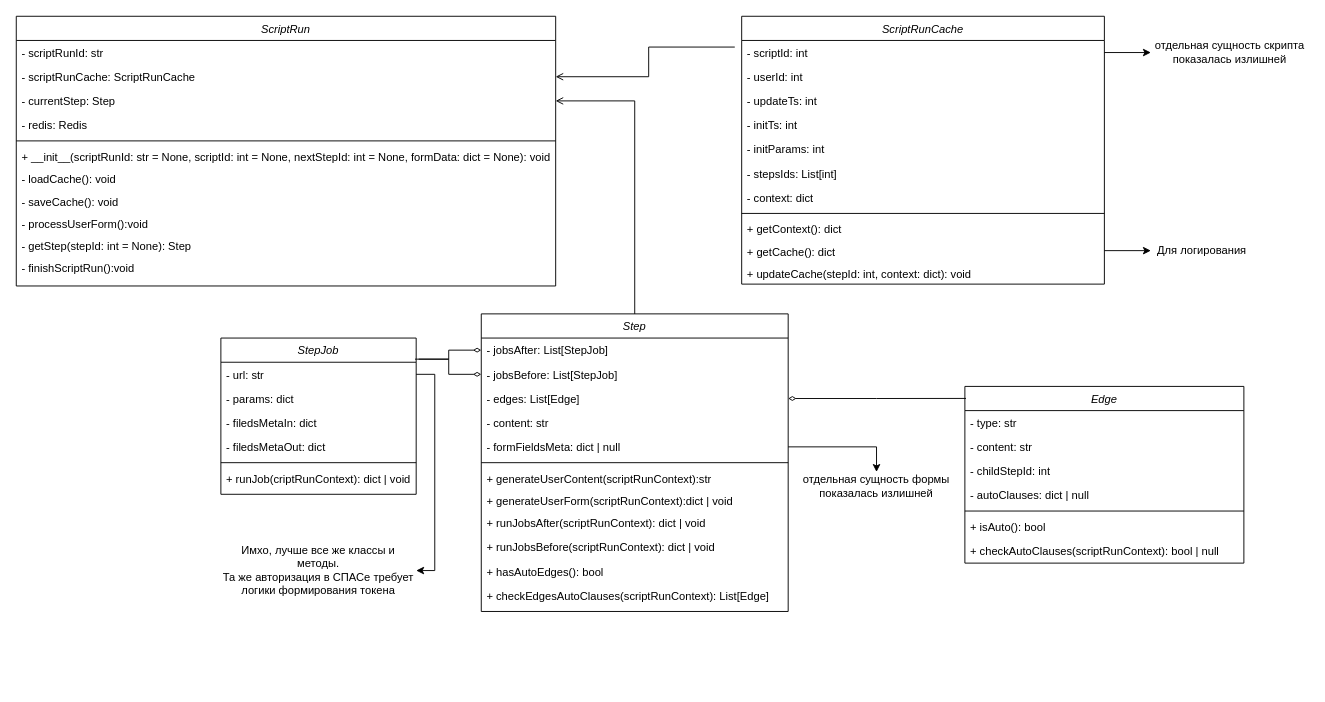
Earlier version of the draw.io diagram scripting_uml.drawio (pashorg/stuff). Source tidied: cells renumbered, new cells numbered last; positions are measured from the earlier drawing's top-left corner, leaving out a move shared by most shapes. Both pictures are drawn from the tidied source at 93%, with x=0, y=0 at pixel (16, 16).
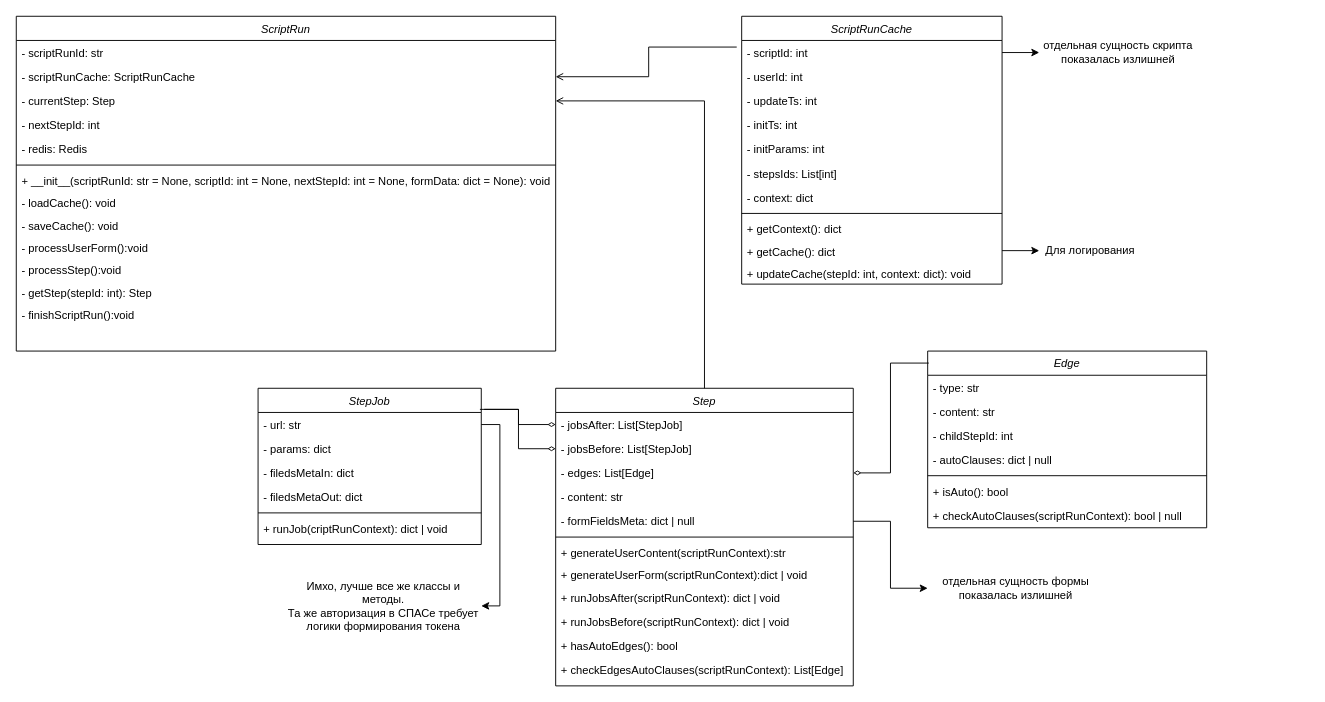
The same page after the edit.

Change to the diagram source:
```diff
@@
     <mxCell id="2" value="ScriptRun" style="swimlane;fontStyle=2;align=center;verticalAlign=top;horizontal=1;startSize=26;rounded=0;shadow=0;strokeWidth=1;" parent="1" vertex="1">
-      <mxGeometry width="580" height="290" as="geometry" />
+      <mxGeometry width="580" height="360" as="geometry" />
     </mxCell>
@@
+    <mxCell id="67" value="- nextStepId: int" style="text;align=left;verticalAlign=top;spacingLeft=4;spacingRight=4;overflow=hidden;rounded=0;shadow=0;html=0;" parent="2" vertex="1">
+      <mxGeometry y="104" width="580" height="26" as="geometry" />
+    </mxCell>
     <mxCell id="6" value="- redis: Redis" style="text;align=left;verticalAlign=top;spacingLeft=4;spacingRight=4;overflow=hidden;rounded=0;shadow=0;html=0;" parent="2" vertex="1">
-      <mxGeometry y="104" width="580" height="26" as="geometry" />
+      <mxGeometry y="130" width="580" height="26" as="geometry" />
     </mxCell>
     <mxCell id="7" style="line;html=1;strokeWidth=1;align=left;verticalAlign=middle;spacingTop=-1;spacingLeft=3;spacingRight=3;labelPosition=right;" parent="2" vertex="1">
-      <mxGeometry y="130" width="580" height="8" as="geometry" />
+      <mxGeometry y="156" width="580" height="8" as="geometry" />
     </mxCell>
     <mxCell id="8" value="+ __init__(scriptRunId: str = None, scriptId: int = None, nextStepId: int = None, formData: dict = None): void" style="text;align=left;verticalAlign=top;spacingLeft=4;spacingRight=4;overflow=hidden;" parent="2" vertex="1">
-      <mxGeometry y="138" width="580" height="24" as="geometry" />
+      <mxGeometry y="164" width="580" height="24" as="geometry" />
     </mxCell>
     <mxCell id="9" value="- loadCache(): void" style="text;align=left;verticalAlign=top;spacingLeft=4;spacingRight=4;overflow=hidden;" parent="2" vertex="1">
-      <mxGeometry y="162" width="580" height="24" as="geometry" />
+      <mxGeometry y="188" width="580" height="24" as="geometry" />
     </mxCell>
     <mxCell id="10" value="- saveCache(): void" style="text;align=left;verticalAlign=top;spacingLeft=4;spacingRight=4;overflow=hidden;" parent="2" vertex="1">
-      <mxGeometry y="186" width="580" height="24" as="geometry" />
+      <mxGeometry y="212" width="580" height="24" as="geometry" />
     </mxCell>
     <mxCell id="11" value="- processUserForm():void" style="text;align=left;verticalAlign=top;spacingLeft=4;spacingRight=4;overflow=hidden;" parent="2" vertex="1">
-      <mxGeometry y="210" width="580" height="24" as="geometry" />
+      <mxGeometry y="236" width="580" height="24" as="geometry" />
     </mxCell>
+    <mxCell id="68" value="- processStep():void" style="text;align=left;verticalAlign=top;spacingLeft=4;spacingRight=4;overflow=hidden;" parent="2" vertex="1">
+      <mxGeometry y="260" width="580" height="24" as="geometry" />
+    </mxCell>
-    <mxCell id="12" value="- getStep(stepId: int = None): Step" style="text;align=left;verticalAlign=top;spacingLeft=4;spacingRight=4;overflow=hidden;" parent="2" vertex="1">
-      <mxGeometry y="234" width="580" height="24" as="geometry" />
+    <mxCell id="12" value="- getStep(stepId: int): Step" style="text;align=left;verticalAlign=top;spacingLeft=4;spacingRight=4;overflow=hidden;" parent="2" vertex="1">
+      <mxGeometry y="284" width="580" height="24" as="geometry" />
     </mxCell>
     <mxCell id="13" value="- finishScriptRun():void" style="text;align=left;verticalAlign=top;spacingLeft=4;spacingRight=4;overflow=hidden;" parent="2" vertex="1">
-      <mxGeometry y="258" width="580" height="24" as="geometry" />
+      <mxGeometry y="308" width="580" height="24" as="geometry" />
     </mxCell>
     <mxCell id="14" value="ScriptRunCache" style="swimlane;fontStyle=2;align=center;verticalAlign=top;horizontal=1;startSize=26;rounded=0;shadow=0;strokeWidth=1;" parent="1" vertex="1">
-      <mxGeometry x="780" width="390" height="288" as="geometry" />
+      <mxGeometry x="780" width="280" height="288" as="geometry" />
     </mxCell>
     <mxCell id="15" value="- scriptId: int" style="text;align=left;verticalAlign=top;spacingLeft=4;spacingRight=4;overflow=hidden;points=[[0,0.5],[1,0.5]];portConstraint=eastwest;rounded=0;shadow=0;html=0;" parent="14" vertex="1">
-      <mxGeometry y="26" width="390" height="26" as="geometry" />
+      <mxGeometry y="26" width="280" height="26" as="geometry" />
     </mxCell>
     <mxCell id="16" value="- userId: int" style="text;align=left;verticalAlign=top;spacingLeft=4;spacingRight=4;overflow=hidden;rounded=0;shadow=0;html=0;" parent="14" vertex="1">
-      <mxGeometry y="52" width="390" height="26" as="geometry" />
+      <mxGeometry y="52" width="280" height="26" as="geometry" />
     </mxCell>
     <mxCell id="17" value="- updateTs: int" style="text;align=left;verticalAlign=top;spacingLeft=4;spacingRight=4;overflow=hidden;rounded=0;shadow=0;html=0;" parent="14" vertex="1">
-      <mxGeometry y="78" width="390" height="26" as="geometry" />
+      <mxGeometry y="78" width="280" height="26" as="geometry" />
     </mxCell>
     <mxCell id="18" value="- initTs: int" style="text;align=left;verticalAlign=top;spacingLeft=4;spacingRight=4;overflow=hidden;rounded=0;shadow=0;html=0;" parent="14" vertex="1">
-      <mxGeometry y="104" width="390" height="26" as="geometry" />
+      <mxGeometry y="104" width="280" height="26" as="geometry" />
     </mxCell>
     <mxCell id="19" value="- initParams: int" style="text;align=left;verticalAlign=top;spacingLeft=4;spacingRight=4;overflow=hidden;rounded=0;shadow=0;html=0;" parent="14" vertex="1">
-      <mxGeometry y="130" width="390" height="26" as="geometry" />
+      <mxGeometry y="130" width="280" height="26" as="geometry" />
     </mxCell>
     <mxCell id="20" value="- stepsIds: List[int]" style="text;align=left;verticalAlign=top;spacingLeft=4;spacingRight=4;overflow=hidden;rounded=0;shadow=0;html=0;" parent="14" vertex="1">
-      <mxGeometry y="156" width="390" height="26" as="geometry" />
+      <mxGeometry y="156" width="280" height="26" as="geometry" />
     </mxCell>
     <mxCell id="21" value="- context: dict" style="text;align=left;verticalAlign=top;spacingLeft=4;spacingRight=4;overflow=hidden;rounded=0;shadow=0;html=0;" parent="14" vertex="1">
-      <mxGeometry y="182" width="390" height="26" as="geometry" />
+      <mxGeometry y="182" width="280" height="26" as="geometry" />
     </mxCell>
     <mxCell id="22" style="line;html=1;strokeWidth=1;align=left;verticalAlign=middle;spacingTop=-1;spacingLeft=3;spacingRight=3;labelPosition=right;" parent="14" vertex="1">
-      <mxGeometry y="208" width="390" height="8" as="geometry" />
+      <mxGeometry y="208" width="280" height="8" as="geometry" />
     </mxCell>
     <mxCell id="23" value="+ getContext(): dict" style="text;align=left;verticalAlign=top;spacingLeft=4;spacingRight=4;overflow=hidden;" parent="14" vertex="1">
-      <mxGeometry y="216" width="390" height="24" as="geometry" />
+      <mxGeometry y="216" width="280" height="24" as="geometry" />
     </mxCell>
     <mxCell id="24" value="+ getCache(): dict" style="text;align=left;verticalAlign=top;spacingLeft=4;spacingRight=4;overflow=hidden;points=[[0,0.5],[1,0.5]];portConstraint=eastwest;" parent="14" vertex="1">
-      <mxGeometry y="240" width="390" height="24" as="geometry" />
+      <mxGeometry y="240" width="280" height="24" as="geometry" />
     </mxCell>
     <mxCell id="25" value="+ updateCache(stepId: int, context: dict): void" style="text;align=left;verticalAlign=top;spacingLeft=4;spacingRight=4;overflow=hidden;" parent="14" vertex="1">
-      <mxGeometry y="264" width="390" height="24" as="geometry" />
+      <mxGeometry y="264" width="280" height="24" as="geometry" />
     </mxCell>
@@
     <mxCell id="27" value="Step" style="swimlane;fontStyle=2;align=center;verticalAlign=top;horizontal=1;startSize=26;rounded=0;shadow=0;strokeWidth=1;" parent="1" vertex="1">
-      <mxGeometry x="500" y="320" width="330" height="320" as="geometry" />
+      <mxGeometry x="580" y="400" width="320" height="320" as="geometry" />
     </mxCell>
     <mxCell id="28" value="- jobsAfter: List[StepJob]" style="text;align=left;verticalAlign=top;spacingLeft=4;spacingRight=4;overflow=hidden;points=[[0,0.5],[1,0.5]];portConstraint=eastwest;rounded=0;shadow=0;html=0;" parent="27" vertex="1">
-      <mxGeometry y="26" width="330" height="26" as="geometry" />
+      <mxGeometry y="26" width="320" height="26" as="geometry" />
     </mxCell>
     <mxCell id="29" value="- jobsBefore: List[StepJob]" style="text;align=left;verticalAlign=top;spacingLeft=4;spacingRight=4;overflow=hidden;points=[[0,0.5],[1,0.5]];portConstraint=eastwest;rounded=0;shadow=0;html=0;" parent="27" vertex="1">
-      <mxGeometry y="52" width="330" height="26" as="geometry" />
+      <mxGeometry y="52" width="320" height="26" as="geometry" />
     </mxCell>
     <mxCell id="30" value="- edges: List[Edge]" style="text;align=left;verticalAlign=top;spacingLeft=4;spacingRight=4;overflow=hidden;points=[[0,0.5],[1,0.5]];portConstraint=eastwest;rounded=0;shadow=0;html=0;" parent="27" vertex="1">
-      <mxGeometry y="78" width="330" height="26" as="geometry" />
+      <mxGeometry y="78" width="320" height="26" as="geometry" />
     </mxCell>
     <mxCell id="31" value="- content: str" style="text;align=left;verticalAlign=top;spacingLeft=4;spacingRight=4;overflow=hidden;rounded=0;shadow=0;html=0;" parent="27" vertex="1">
-      <mxGeometry y="104" width="330" height="26" as="geometry" />
+      <mxGeometry y="104" width="320" height="26" as="geometry" />
     </mxCell>
     <mxCell id="32" value="- formFieldsMeta: dict | null" style="text;align=left;verticalAlign=top;spacingLeft=4;spacingRight=4;overflow=hidden;points=[[0,0.5],[1,0.5]];portConstraint=eastwest;rounded=0;shadow=0;html=0;" parent="27" vertex="1">
-      <mxGeometry y="130" width="330" height="26" as="geometry" />
+      <mxGeometry y="130" width="320" height="26" as="geometry" />
     </mxCell>
     <mxCell id="33" style="line;html=1;strokeWidth=1;align=left;verticalAlign=middle;spacingTop=-1;spacingLeft=3;spacingRight=3;labelPosition=right;" parent="27" vertex="1">
-      <mxGeometry y="156" width="330" height="8" as="geometry" />
+      <mxGeometry y="156" width="320" height="8" as="geometry" />
     </mxCell>
     <mxCell id="34" value="+ generateUserContent(scriptRunContext):str" style="text;align=left;verticalAlign=top;spacingLeft=4;spacingRight=4;overflow=hidden;" parent="27" vertex="1">
-      <mxGeometry y="164" width="330" height="24" as="geometry" />
+      <mxGeometry y="164" width="320" height="24" as="geometry" />
     </mxCell>
     <mxCell id="35" value="+ generateUserForm(scriptRunContext):dict | void" style="text;align=left;verticalAlign=top;spacingLeft=4;spacingRight=4;overflow=hidden;" parent="27" vertex="1">
-      <mxGeometry y="188" width="330" height="24" as="geometry" />
+      <mxGeometry y="188" width="320" height="24" as="geometry" />
     </mxCell>
     <mxCell id="36" value="+ runJobsAfter(scriptRunContext): dict | void" style="text;align=left;verticalAlign=top;spacingLeft=4;spacingRight=4;overflow=hidden;rounded=0;shadow=0;html=0;" parent="27" vertex="1">
-      <mxGeometry y="212" width="330" height="26" as="geometry" />
+      <mxGeometry y="212" width="320" height="26" as="geometry" />
     </mxCell>
     <mxCell id="37" value="+ runJobsBefore(scriptRunContext): dict | void" style="text;align=left;verticalAlign=top;spacingLeft=4;spacingRight=4;overflow=hidden;rounded=0;shadow=0;html=0;" parent="27" vertex="1">
-      <mxGeometry y="238" width="330" height="26" as="geometry" />
+      <mxGeometry y="238" width="320" height="26" as="geometry" />
     </mxCell>
     <mxCell id="38" value="+ hasAutoEdges(): bool" style="text;align=left;verticalAlign=top;spacingLeft=4;spacingRight=4;overflow=hidden;rounded=0;shadow=0;html=0;" parent="27" vertex="1">
-      <mxGeometry y="264" width="330" height="26" as="geometry" />
+      <mxGeometry y="264" width="320" height="26" as="geometry" />
     </mxCell>
     <mxCell id="39" value="+ checkEdgesAutoClauses(scriptRunContext): List[Edge]" style="text;align=left;verticalAlign=top;spacingLeft=4;spacingRight=4;overflow=hidden;rounded=0;shadow=0;html=0;" parent="27" vertex="1">
-      <mxGeometry y="290" width="330" height="26" as="geometry" />
+      <mxGeometry y="290" width="320" height="26" as="geometry" />
     </mxCell>
@@
     <mxCell id="41" value="StepJob" style="swimlane;fontStyle=2;align=center;verticalAlign=top;horizontal=1;startSize=26;rounded=0;shadow=0;strokeWidth=1;" parent="1" vertex="1">
-      <mxGeometry x="220" y="346" width="210" height="168" as="geometry" />
+      <mxGeometry x="260" y="400" width="240" height="168" as="geometry" />
     </mxCell>
     <mxCell id="42" value="- url: str" style="text;align=left;verticalAlign=top;spacingLeft=4;spacingRight=4;overflow=hidden;points=[[0,0.5],[1,0.5]];portConstraint=eastwest;rounded=0;shadow=0;html=0;" parent="41" vertex="1">
-      <mxGeometry y="26" width="210" height="26" as="geometry" />
+      <mxGeometry y="26" width="240" height="26" as="geometry" />
     </mxCell>
     <mxCell id="43" value="- params: dict" style="text;align=left;verticalAlign=top;spacingLeft=4;spacingRight=4;overflow=hidden;rounded=0;shadow=0;html=0;" parent="41" vertex="1">
-      <mxGeometry y="52" width="210" height="26" as="geometry" />
+      <mxGeometry y="52" width="240" height="26" as="geometry" />
     </mxCell>
     <mxCell id="44" value="- filedsMetaIn: dict" style="text;align=left;verticalAlign=top;spacingLeft=4;spacingRight=4;overflow=hidden;rounded=0;shadow=0;html=0;" parent="41" vertex="1">
-      <mxGeometry y="78" width="210" height="26" as="geometry" />
+      <mxGeometry y="78" width="240" height="26" as="geometry" />
     </mxCell>
     <mxCell id="45" value="- filedsMetaOut: dict" style="text;align=left;verticalAlign=top;spacingLeft=4;spacingRight=4;overflow=hidden;rounded=0;shadow=0;html=0;" parent="41" vertex="1">
-      <mxGeometry y="104" width="210" height="26" as="geometry" />
+      <mxGeometry y="104" width="240" height="26" as="geometry" />
     </mxCell>
     <mxCell id="46" style="line;html=1;strokeWidth=1;align=left;verticalAlign=middle;spacingTop=-1;spacingLeft=3;spacingRight=3;labelPosition=right;" parent="41" vertex="1">
-      <mxGeometry y="130" width="210" height="8" as="geometry" />
+      <mxGeometry y="130" width="240" height="8" as="geometry" />
     </mxCell>
     <mxCell id="47" value="+ runJob(criptRunContext): dict | void" style="text;align=left;verticalAlign=top;spacingLeft=4;spacingRight=4;overflow=hidden;rounded=0;shadow=0;html=0;" parent="41" vertex="1">
-      <mxGeometry y="138" width="210" height="30" as="geometry" />
+      <mxGeometry y="138" width="240" height="30" as="geometry" />
     </mxCell>
@@
     <mxCell id="50" value="Edge" style="swimlane;fontStyle=2;align=center;verticalAlign=top;horizontal=1;startSize=26;rounded=0;shadow=0;strokeWidth=1;" parent="1" vertex="1">
-      <mxGeometry x="1020" y="398" width="300" height="190" as="geometry" />
+      <mxGeometry x="980" y="360" width="300" height="190" as="geometry" />
     </mxCell>
@@
     <mxCell id="59" value="отдельная сущность скрипта показалась излишней" style="text;html=1;strokeColor=none;fillColor=none;align=center;verticalAlign=middle;whiteSpace=wrap;rounded=0;" parent="1" vertex="1">
-      <mxGeometry x="1220" y="24" width="170" height="30" as="geometry" />
+      <mxGeometry x="1100" y="24" width="170" height="30" as="geometry" />
     </mxCell>
     <mxCell id="60" value="Для логирования" style="text;html=1;strokeColor=none;fillColor=none;align=center;verticalAlign=middle;whiteSpace=wrap;rounded=0;" parent="1" vertex="1">
-      <mxGeometry x="1220" y="237" width="110" height="30" as="geometry" />
+      <mxGeometry x="1100" y="237" width="110" height="30" as="geometry" />
     </mxCell>
@@
     <mxCell id="63" value="отдельная сущность формы показалась излишней" style="text;html=1;strokeColor=none;fillColor=none;align=center;verticalAlign=middle;whiteSpace=wrap;rounded=0;" parent="1" vertex="1">
-      <mxGeometry x="830" y="490" width="190" height="30" as="geometry" />
+      <mxGeometry x="980" y="600" width="190" height="30" as="geometry" />
     </mxCell>
-    <mxCell id="64" style="edgeStyle=orthogonalEdgeStyle;rounded=0;jettySize=auto;html=1;exitX=1;exitY=0.5;exitDx=0;exitDy=0;" parent="1" edge="1" source="32" target="63">
-      <mxGeometry relative="1" as="geometry" />
-    </mxCell>
     <mxCell id="65" value="Имхо, лучше все же классы и методы. &lt;br&gt;Та же авторизация в СПАСе требует логики формирования токена" style="text;html=1;strokeColor=none;fillColor=none;align=center;verticalAlign=middle;whiteSpace=wrap;rounded=0;" parent="1" vertex="1">
-      <mxGeometry x="220" y="562" width="210" height="68" as="geometry" />
+      <mxGeometry x="290" y="600" width="210" height="68" as="geometry" />
     </mxCell>
@@
+    <mxCell id="64" style="edgeStyle=orthogonalEdgeStyle;rounded=0;jettySize=auto;html=1;exitX=1;exitY=0.5;exitDx=0;exitDy=0;entryX=0;entryY=0.5;entryDx=0;entryDy=0;" parent="1" edge="1" source="32" target="63">
+      <mxGeometry relative="1" as="geometry" />
+    </mxCell>
```
